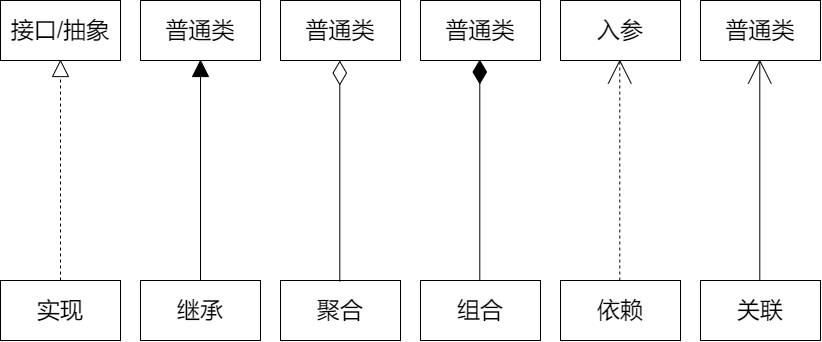
Above: UML.png in scdays/asset (draw.io), before the change. Source tidied: cells renumbered, new cells last; positions are measured from the earlier drawing's top-left corner, leaving out a move shared by most shapes.
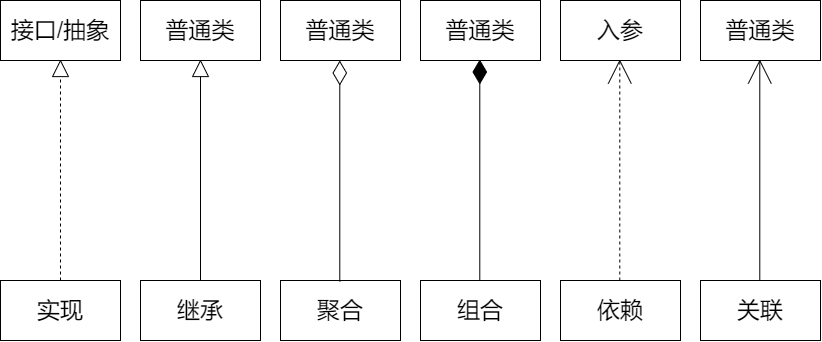
The same diagram one commit later.

Diff of the diagram source:
```diff
@@ -43,7 +43,7 @@
         <mxPoint x="60" y="59" as="targetPoint" />
       </mxGeometry>
     </mxCell>
-    <mxCell id="15" style="endArrow=block;endFill=1;endSize=15;html=1;fontSize=23;exitX=0.5;exitY=0;exitDx=0;exitDy=0;startSize=10;targetPerimeterSpacing=0;" parent="1" edge="1">
+    <mxCell id="15" style="endArrow=block;endFill=0;endSize=15;html=1;fontSize=23;exitX=0.5;exitY=0;exitDx=0;exitDy=0;startSize=10;targetPerimeterSpacing=0;" parent="1" edge="1">
       <mxGeometry relative="1" as="geometry">
         <mxPoint x="200" y="280" as="sourcePoint" />
         <mxPoint x="200" y="59" as="targetPoint" />
```
